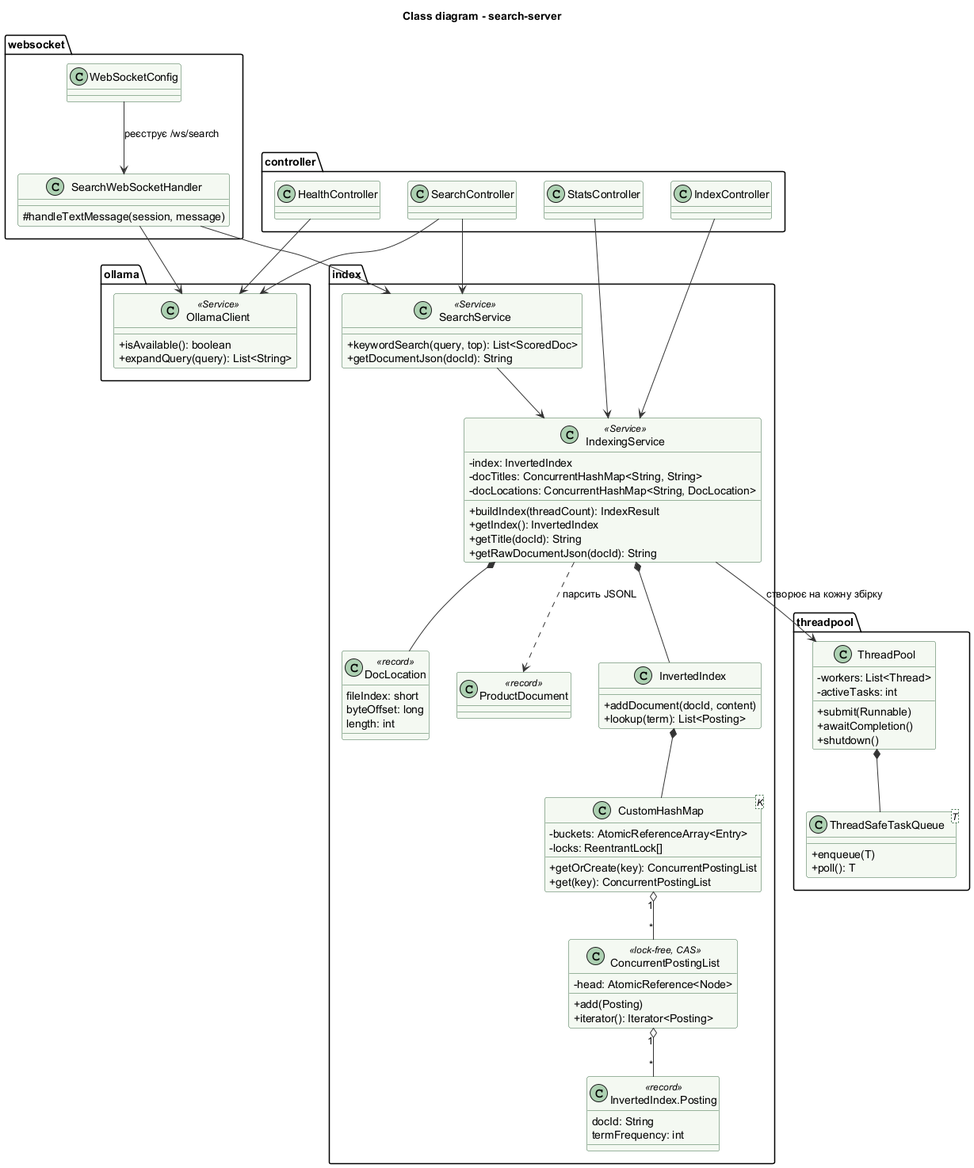
KovalSS/distributed-search-pipeline keeps this PlantUML diagram as docs/uml/02_class.png. Above is the earlier version.
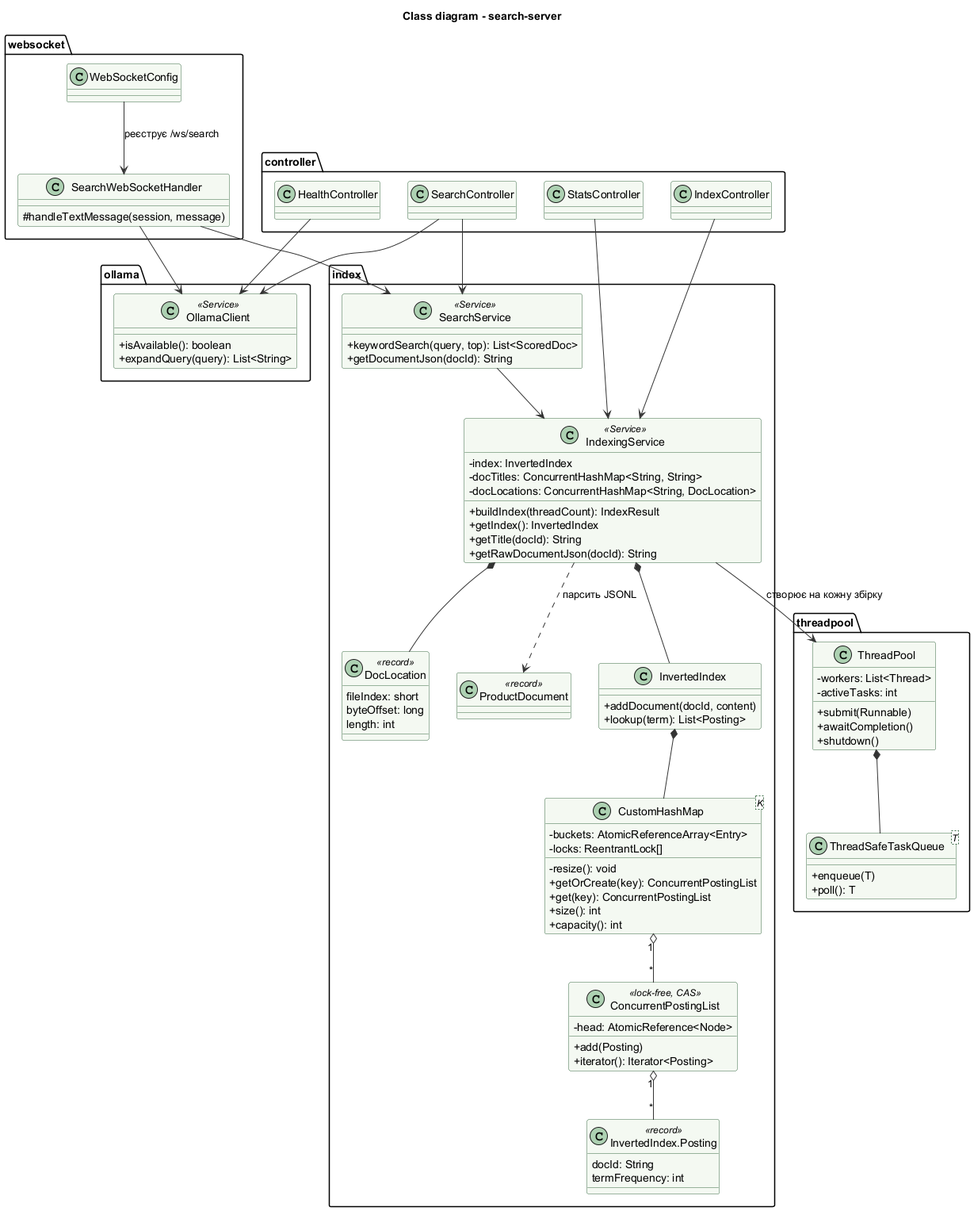
After the change.

Commit message:
feat: add dynamic table resizing with lock striping to CustomHashMap

The edit, as a diff of the source:
```diff
@@ -84,8 +84,11 @@
   class "CustomHashMap<K>" as CustomHashMap {
     -buckets: AtomicReferenceArray<Entry>
     -locks: ReentrantLock[]
+    -resize(): void
     +getOrCreate(key): ConcurrentPostingList
     +get(key): ConcurrentPostingList
+    +size(): int
+    +capacity(): int
   }
 
   class ConcurrentPostingList <<lock-free, CAS>> {
```
